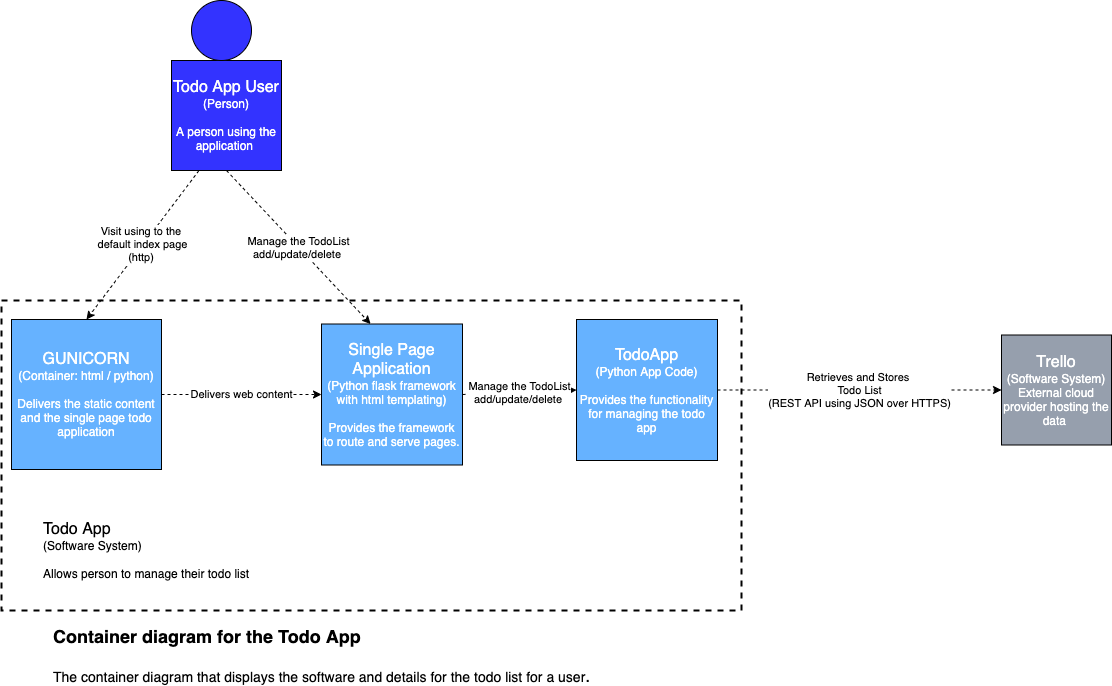
CorndelWithSoftwire/DevOps-Course-Starter keeps this draw.io diagram as docs/container_todoapp.png. Above is the earlier version. Source tidied: cells renumbered, new cells last; positions are measured from the earlier drawing's top-left corner, leaving out a move shared by most shapes.
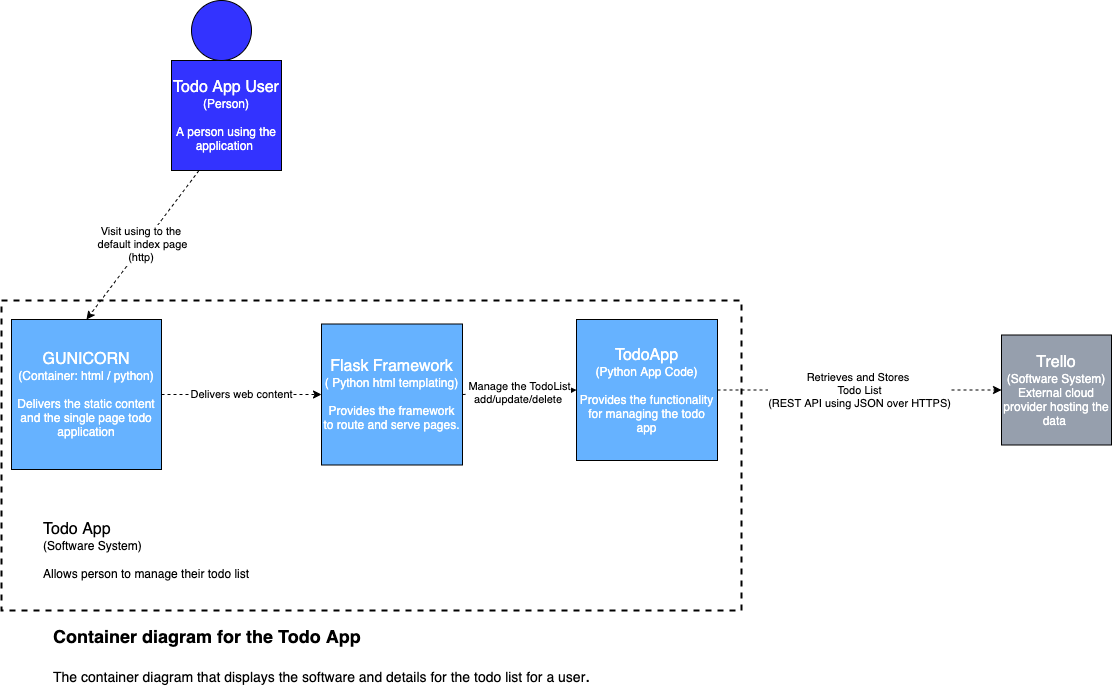
After the change.

Change to the diagram source:
```diff
@@ -29,15 +29,12 @@
     <mxCell id="10" value="&lt;font style=&quot;font-size: 16px&quot;&gt;Todo App&lt;/font&gt;&lt;br&gt;(Software System)&lt;br&gt;&lt;br&gt;Allows person to manage their todo list" style="text;html=1;strokeColor=none;fillColor=none;align=left;verticalAlign=middle;whiteSpace=wrap;rounded=0;dashed=1;" parent="1" vertex="1">
       <mxGeometry x="40" y="530" width="240" height="40" as="geometry" />
     </mxCell>
-    <mxCell id="11" value="&lt;font color=&quot;#ffffff&quot;&gt;&lt;font style=&quot;font-size: 16px&quot;&gt;Single Page Application&lt;/font&gt;&lt;br&gt;(Python flask&amp;nbsp;&lt;/font&gt;&lt;font color=&quot;#ffffff&quot;&gt;framework with html templating)&lt;br&gt;&lt;br&gt;Provides the framework to route and serve pages.&lt;br&gt;&lt;/font&gt;" style="whiteSpace=wrap;html=1;fillColor=#66B2FF;" parent="1" vertex="1">
+    <mxCell id="11" value="&lt;font color=&quot;#ffffff&quot;&gt;&lt;font style=&quot;font-size: 16px&quot;&gt;Flask Framework&lt;/font&gt;&lt;br&gt;(&lt;/font&gt;&lt;font color=&quot;#ffffff&quot;&gt;&amp;nbsp;Python html templating)&lt;br&gt;&lt;br&gt;Provides the framework to route and serve pages.&lt;br&gt;&lt;/font&gt;" style="whiteSpace=wrap;html=1;fillColor=#66B2FF;" parent="1" vertex="1">
       <mxGeometry x="320" y="323.5" width="141" height="141" as="geometry" />
     </mxCell>
     <mxCell id="12" value="&lt;font color=&quot;#ffffff&quot;&gt;&lt;font style=&quot;font-size: 16px&quot;&gt;TodoApp&lt;/font&gt;&lt;br&gt;(Python App Code)&lt;br&gt;&lt;br&gt;Provides the functionality for managing the todo app&lt;br&gt;&lt;/font&gt;" style="whiteSpace=wrap;html=1;fillColor=#66B2FF;" parent="1" vertex="1">
       <mxGeometry x="575" y="319" width="141" height="141" as="geometry" />
     </mxCell>
-    <mxCell id="13" value="Manage the TodoList&lt;br&gt;add/update/delete&amp;nbsp;" style="endArrow=classic;html=1;dashed=1;entryX=0.348;entryY=0;entryDx=0;entryDy=0;exitX=0.5;exitY=1;exitDx=0;exitDy=0;entryPerimeter=0;" parent="1" edge="1" source="3" target="11">
-      <mxGeometry relative="1" as="geometry" />
-    </mxCell>
     <mxCell id="14" value="Manage the TodoList&lt;br&gt;add/update/delete&amp;nbsp;" style="endArrow=classic;html=1;dashed=1;exitX=1;exitY=0.5;exitDx=0;exitDy=0;entryX=0;entryY=0.5;entryDx=0;entryDy=0;" parent="1" edge="1" source="11" target="12">
       <mxGeometry relative="1" as="geometry" />
     </mxCell>
```
